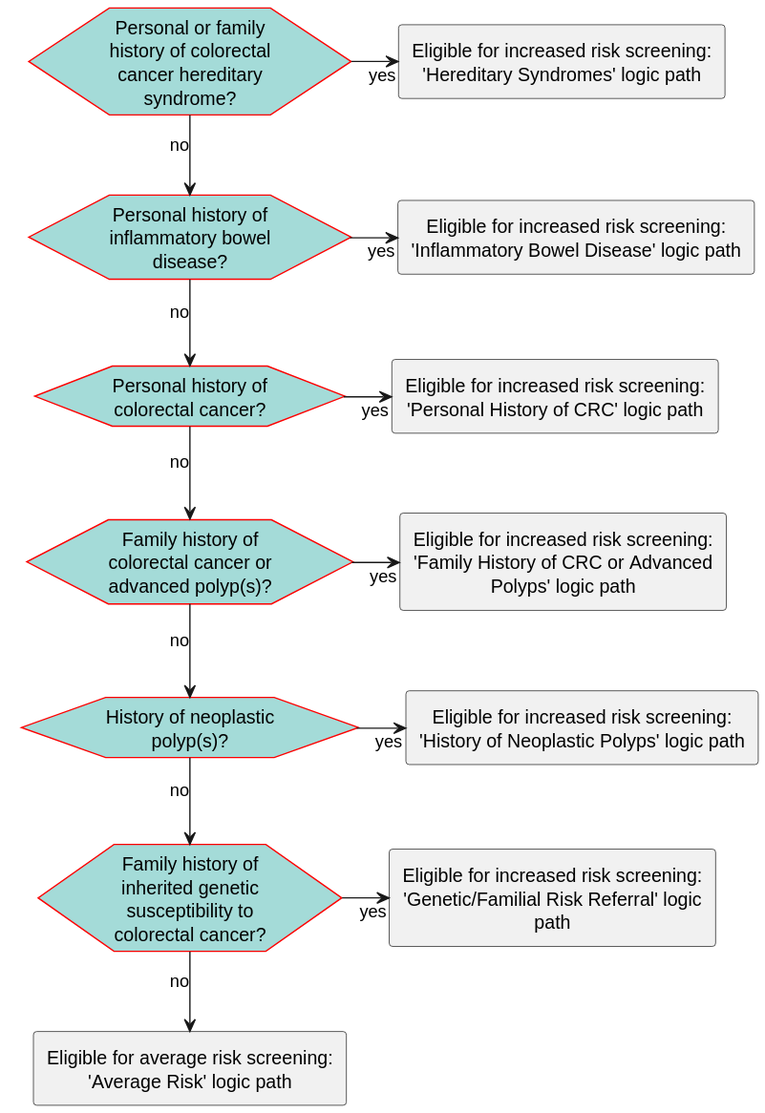
The PlantUML diagram images/flow-IncreasedRiskExclusions.svg in ccsm-cds-tools/CDC-Colorectal-Cancer-Screening-CDS-L2, before a commit.
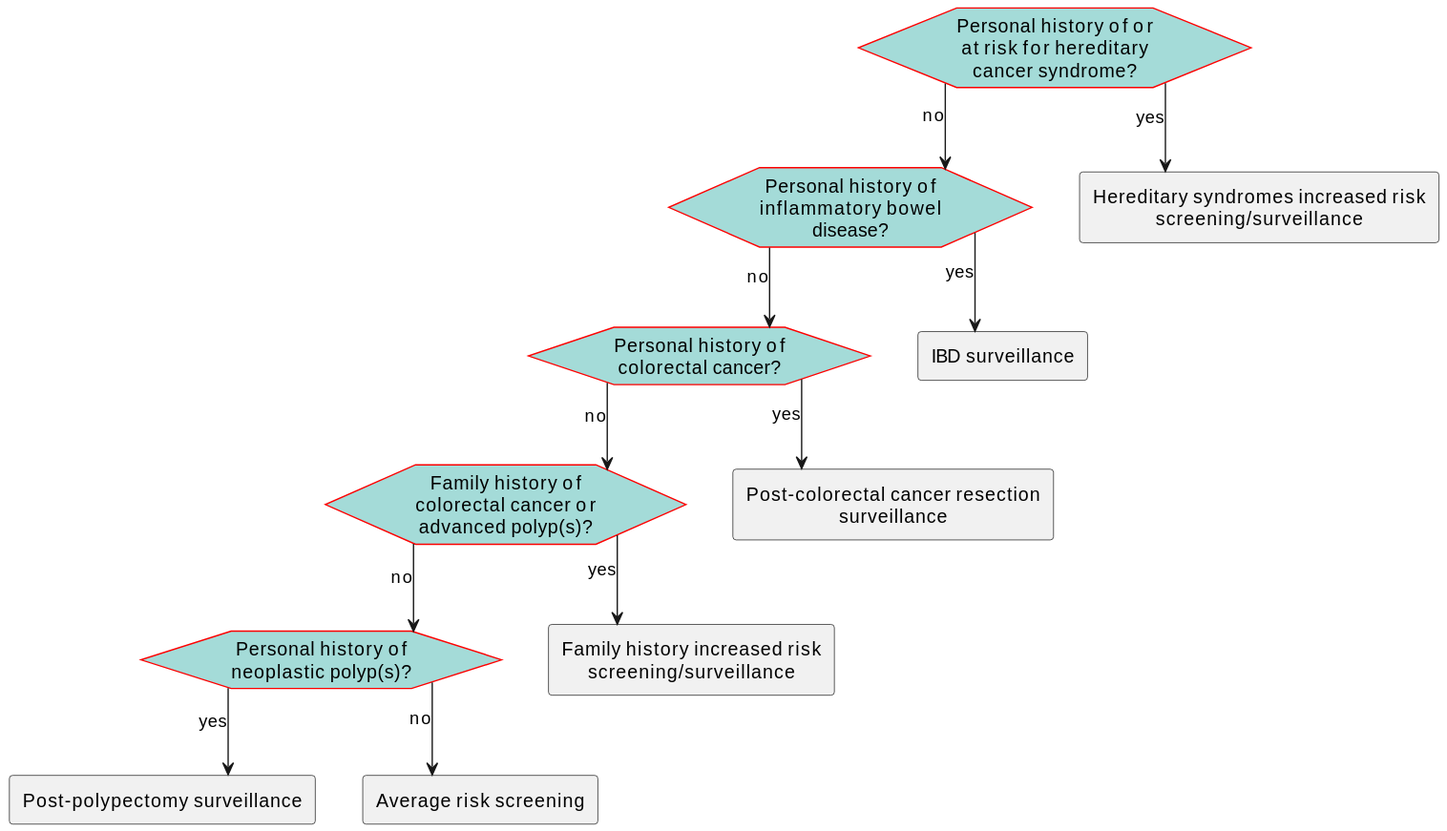
After the change.

Change to the diagram source:
```diff
@@ -17,29 +17,25 @@
     BackGroundColor: #A4DBD8
 }
 </style>
-hexagon "Personal or family history of colorectal cancer hereditary syndrome? " as eve_HereditarySyndrome [[#eve-HereditarySyndrome]]
+hexagon "Personal history of or at risk for hereditary cancer syndrome?" as eve_HereditarySyndrome [[#eve-HereditarySyndrome]]
 hexagon "Personal history of inflammatory bowel disease?" as eve_IBD [[#eve-IBD]]
 hexagon "Personal history of colorectal cancer?" as eve_HxCRC [[#eve-HxCRC]]
 hexagon "Family history of colorectal cancer or advanced polyp(s)?" as eve_FamilyHx [[#eve-FamilyHx]]
-hexagon "History of neoplastic polyp(s)?" as eve_HxPolyps [[#eve-HxPolyps]]
-hexagon "Family history of inherited genetic susceptibility to colorectal cancer?" as eve_FamHxGeneticMarker [[#eve-geneticRisk]]
-rectangle "Eligible for increased risk screening: 'Hereditary Syndromes' logic path" as act_CRCHereditarySyndrome [[#act-CRCHereditarySyndrome]]
-rectangle "Eligible for increased risk screening: 'Inflammatory Bowel Disease' logic path" as act_IBD [[#act-IBD]]
-rectangle "Eligible for increased risk screening: 'Personal History of CRC' logic path" as act_HxCRC [[#act-HxCRC]]
-rectangle "Eligible for increased risk screening: 'Family History of CRC or Advanced Polyps' logic path" as act_FamilyHxCRC [[#act-FamilyHxCRC]]
-rectangle "Eligible for increased risk screening: 'History of Neoplastic Polyps' logic path" as act_HxPolyps [[#act-HxPolyps]]
-rectangle "Eligible for increased risk screening: 'Genetic/Familial Risk Referral' logic path" as act_geneticRisk [[#act-geneticRisk]]
-rectangle "Eligible for average risk screening: 'Average Risk' logic path" as act_AvgRiskScreeningEligible [[#act-AvgRiskScreeningEligible]]
-eve_HereditarySyndrome-r->act_CRCHereditarySyndrome: yes
+hexagon "Personal history of neoplastic polyp(s)?" as eve_HxPolyps [[#eve-HxPolyps]]
+rectangle "Hereditary syndromes increased risk screening/surveillance" as act_CRCHereditarySyndrome [[#act-CRCHereditarySyndrome]]
+rectangle "IBD surveillance" as act_IBD [[#act-IBD]]
+rectangle "Post-colorectal cancer resection surveillance" as act_HxCRC [[#act-HxCRC]]
+rectangle "Family history increased risk screening/surveillance" as act_FamilyHxCRC [[#act-FamilyHxCRC]]
+rectangle "Post-polypectomy surveillance" as act_HxPolyps [[#act-HxPolyps]]
+rectangle "Average risk screening" as act_AvgRiskScreeningEligible [[#act-AvgRiskScreeningEligible]]
+eve_HereditarySyndrome-->act_CRCHereditarySyndrome: yes
 eve_HereditarySyndrome-->eve_IBD: no
-eve_IBD-r->act_IBD: yes
+eve_IBD-->act_IBD: yes
 eve_IBD-->eve_HxCRC: no
-eve_HxCRC-r->act_HxCRC: yes
+eve_HxCRC-->act_HxCRC: yes
 eve_HxCRC-->eve_FamilyHx: no
-eve_FamilyHx-r->act_FamilyHxCRC: yes
+eve_FamilyHx-->act_FamilyHxCRC: yes
 eve_FamilyHx-->eve_HxPolyps: no
-eve_HxPolyps-r->act_HxPolyps: yes
-eve_HxPolyps-->eve_FamHxGeneticMarker: no
-eve_FamHxGeneticMarker-r->act_geneticRisk: yes
-eve_FamHxGeneticMarker-->act_AvgRiskScreeningEligible: no
+eve_HxPolyps-->act_HxPolyps: yes
+eve_HxPolyps-->act_AvgRiskScreeningEligible: no
 @enduml
```
